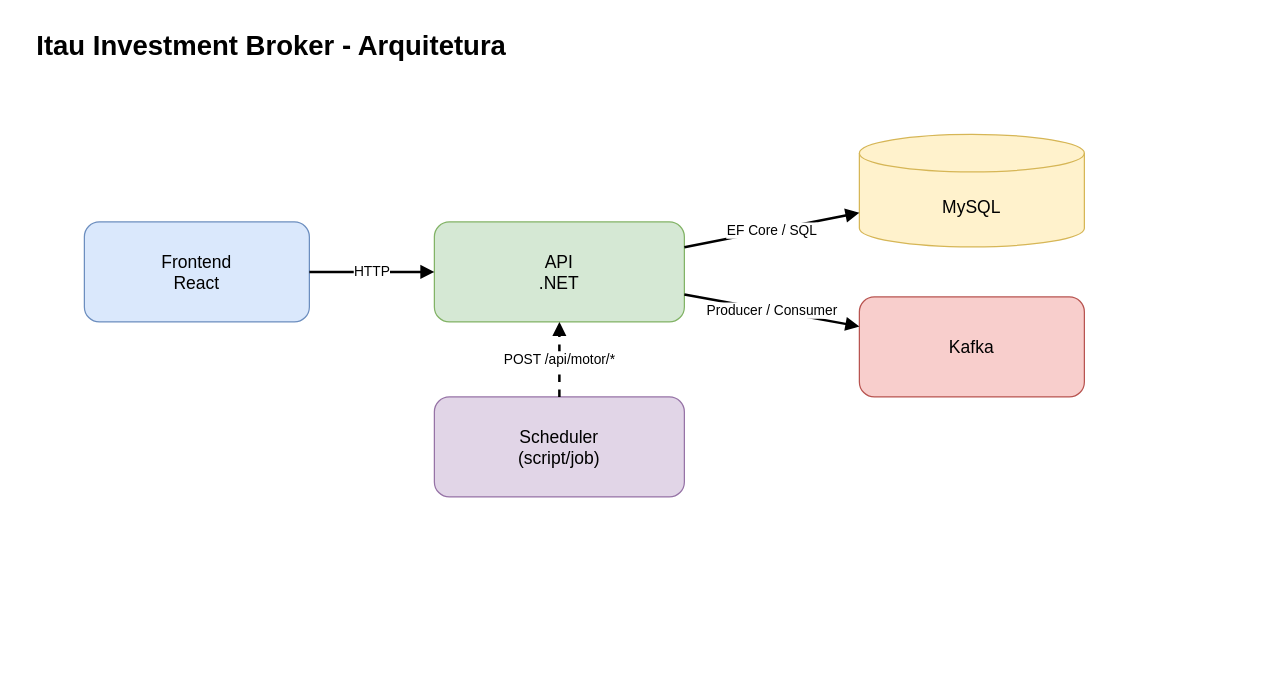
dev-vinii/itau-investment-broker keeps this draw.io diagram as docs/arquitetura.drawio. Above is the earlier version. Source tidied: cells renumbered, new cells numbered last; positions are measured from the earlier drawing's top-left corner, leaving out a move shared by most shapes. Both pictures are drawn from the tidied source at 125%, with x=0, y=0 at pixel (34, 21).
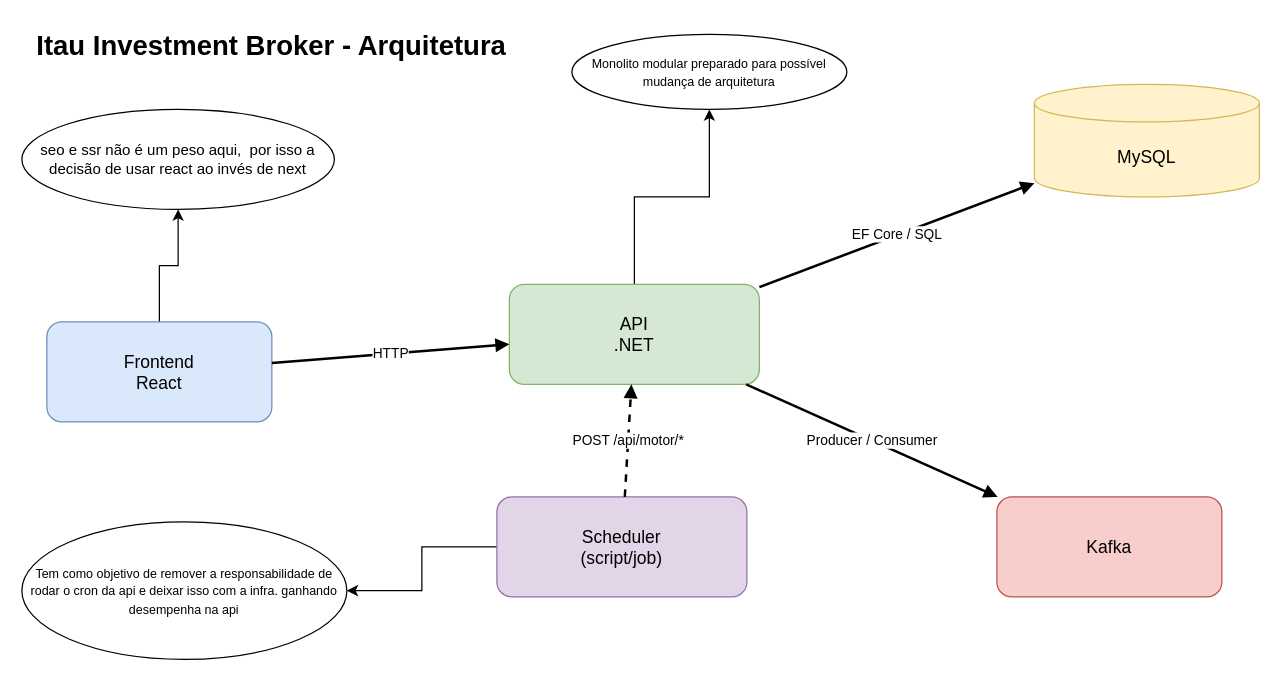
Above is the later version.

The edit, as a diff of the source:
```diff
@@
 <mxGraphModel>
   <root>
     <mxCell id="0" />
     <mxCell id="1" parent="0" />
     <mxCell id="2" value="Itau Investment Broker - Arquitetura" style="text;html=1;strokeColor=none;fillColor=none;align=left;verticalAlign=middle;whiteSpace=wrap;rounded=0;fontSize=22;fontStyle=1;" parent="1" vertex="1">
       <mxGeometry width="500" height="40" as="geometry" />
     </mxCell>
+    <mxCell id="12" style="edgeStyle=orthogonalEdgeStyle;rounded=0;jettySize=auto;html=1;entryX=0.5;entryY=1;entryDx=0;entryDy=0;" parent="1" edge="1" source="3" target="17">
+      <mxGeometry relative="1" as="geometry" />
+    </mxCell>
     <mxCell id="3" value="Frontend&#10;React" style="rounded=1;whiteSpace=wrap;html=1;fillColor=#dae8fc;strokeColor=#6c8ebf;fontSize=14;" parent="1" vertex="1">
-      <mxGeometry x="40" y="160" width="180" height="80" as="geometry" />
+      <mxGeometry x="10" y="240" width="180" height="80" as="geometry" />
     </mxCell>
+    <mxCell id="13" style="edgeStyle=orthogonalEdgeStyle;rounded=0;jettySize=auto;html=1;entryX=0.5;entryY=1;entryDx=0;entryDy=0;" parent="1" edge="1" source="4" target="15">
+      <mxGeometry relative="1" as="geometry" />
+    </mxCell>
     <mxCell id="4" value="API&#10;.NET" style="rounded=1;whiteSpace=wrap;html=1;fillColor=#d5e8d4;strokeColor=#82b366;fontSize=14;" parent="1" vertex="1">
-      <mxGeometry x="320" y="160" width="200" height="80" as="geometry" />
+      <mxGeometry x="380" y="210" width="200" height="80" as="geometry" />
     </mxCell>
     <mxCell id="5" value="MySQL" style="shape=cylinder3;whiteSpace=wrap;html=1;boundedLbl=1;size=15;fillColor=#fff2cc;strokeColor=#d6b656;fontSize=14;" parent="1" vertex="1">
-      <mxGeometry x="660" y="90" width="180" height="90" as="geometry" />
+      <mxGeometry x="800" y="50" width="180" height="90" as="geometry" />
     </mxCell>
     <mxCell id="6" value="Kafka" style="rounded=1;whiteSpace=wrap;html=1;fillColor=#f8cecc;strokeColor=#b85450;fontSize=14;" parent="1" vertex="1">
-      <mxGeometry x="660" y="220" width="180" height="80" as="geometry" />
+      <mxGeometry x="770" y="380" width="180" height="80" as="geometry" />
     </mxCell>
+    <mxCell id="14" style="edgeStyle=orthogonalEdgeStyle;rounded=0;jettySize=auto;html=1;" parent="1" edge="1" source="7" target="16">
+      <mxGeometry relative="1" as="geometry" />
+    </mxCell>
     <mxCell id="7" value="Scheduler&#10;(script/job)" style="rounded=1;whiteSpace=wrap;html=1;fillColor=#e1d5e7;strokeColor=#9673a6;fontSize=14;" parent="1" vertex="1">
-      <mxGeometry x="320" y="300" width="200" height="80" as="geometry" />
+      <mxGeometry x="370" y="380" width="200" height="80" as="geometry" />
     </mxCell>
     <mxCell id="8" value="HTTP" style="endArrow=block;endFill=1;html=1;strokeWidth=2;" parent="1" edge="1" source="3" target="4">
       <mxGeometry relative="1" as="geometry" />
     </mxCell>
     <mxCell id="9" value="EF Core / SQL" style="endArrow=block;endFill=1;html=1;strokeWidth=2;" parent="1" edge="1" source="4" target="5">
       <mxGeometry relative="1" as="geometry" />
     </mxCell>
     <mxCell id="10" value="Producer / Consumer" style="endArrow=block;endFill=1;html=1;strokeWidth=2;" parent="1" edge="1" source="4" target="6">
       <mxGeometry relative="1" as="geometry" />
     </mxCell>
     <mxCell id="11" value="POST /api/motor/*" style="endArrow=block;endFill=1;html=1;strokeWidth=2;dashed=1;" parent="1" edge="1" source="7" target="4">
       <mxGeometry relative="1" as="geometry" />
     </mxCell>
+    <mxCell id="15" value="&lt;font style=&quot;font-size: 10px;&quot;&gt;Monolito modular preparado para possível mudança de arquitetura&lt;/font&gt;" style="ellipse;whiteSpace=wrap;html=1;" parent="1" vertex="1">
+      <mxGeometry x="430" y="10" width="220" height="60" as="geometry" />
+    </mxCell>
+    <mxCell id="16" value="&lt;font style=&quot;font-size: 10px;&quot;&gt;Tem como objetivo de remover a responsabilidade de rodar o cron da api e deixar isso com a infra. ganhando desempenha na api&lt;/font&gt;" style="ellipse;whiteSpace=wrap;html=1;" parent="1" vertex="1">
+      <mxGeometry x="-10" y="400" width="260" height="110" as="geometry" />
+    </mxCell>
+    <mxCell id="17" value="seo e ssr não é um peso aqui,&amp;nbsp; por isso a decisão de usar react ao invés de next" style="ellipse;whiteSpace=wrap;html=1;" parent="1" vertex="1">
+      <mxGeometry x="-10" y="70" width="250" height="80" as="geometry" />
+    </mxCell>
   </root>
 </mxGraphModel>
```
